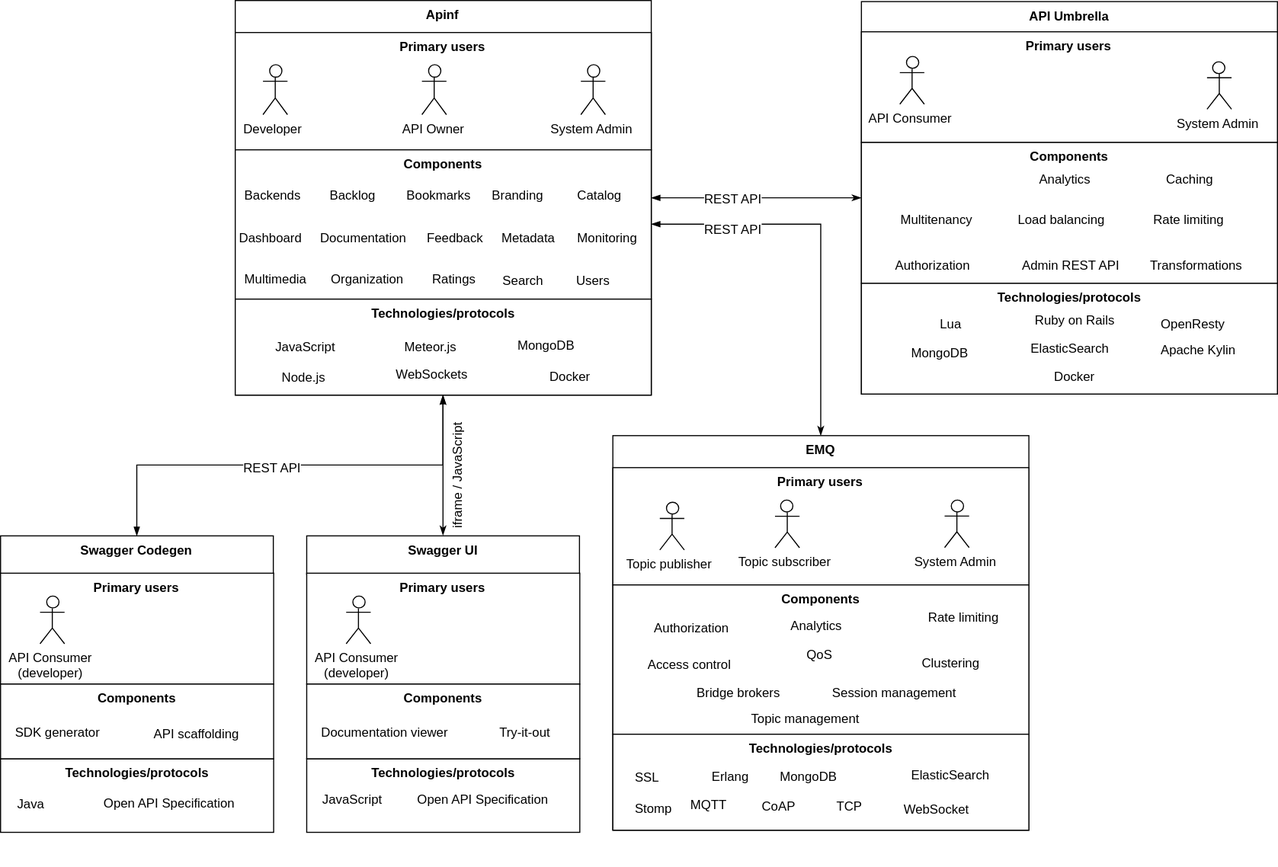
apinf/docs keeps this draw.io diagram as docs/develop/Architecture/Apinf-systemModel.svg. Above is the earlier version. Source tidied: cells renumbered, new cells last; positions are measured from the earlier drawing's top-left corner, leaving out a move shared by most shapes.
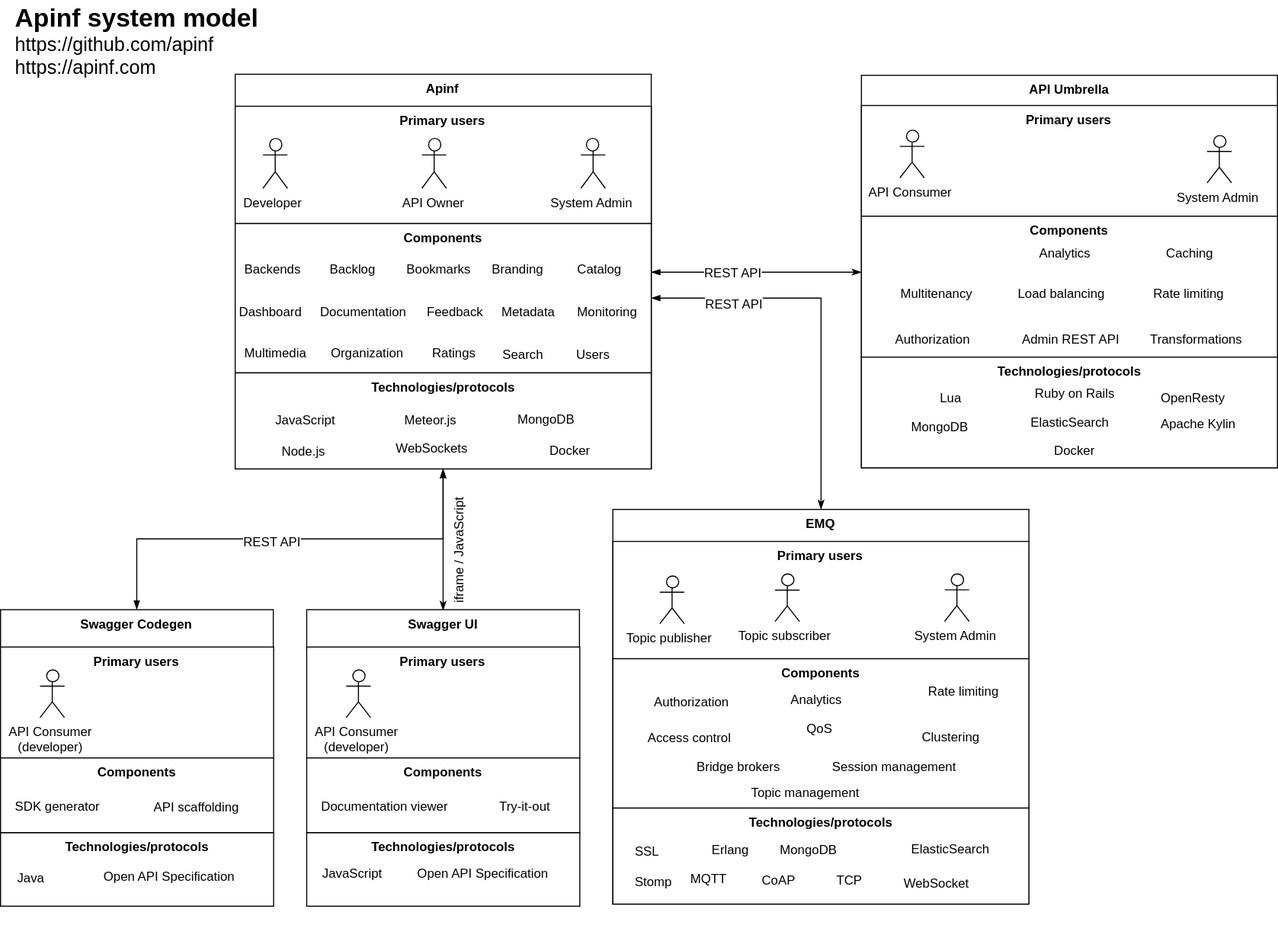
Later version of the same file.

Commit message:
Add title and urls for Apinf project

The edit, as a diff of the source:
```diff
@@ -357,5 +357,8 @@
     <mxCell id="116" value="Topic subscriber" style="shape=umlActor;verticalLabelPosition=bottom;labelBackgroundColor=#ffffff;verticalAlign=top;html=1;rounded=1;shadow=0;glass=0;comic=0;" parent="91" vertex="1">
       <mxGeometry x="152" y="60.8" width="23" height="44.3" as="geometry" />
     </mxCell>
+    <mxCell id="117" value="&lt;b&gt;&lt;font style=&quot;font-size: 24px&quot;&gt;Apinf system model&lt;/font&gt;&lt;/b&gt;&lt;br&gt;&lt;font style=&quot;font-size: 18px&quot;&gt;https://github.com/apinf&lt;br&gt;https://apinf.com&lt;br&gt;&lt;/font&gt;" style="text;html=1;align=left;verticalAlign=top;spacingTop=-4;" parent="1" vertex="1">
+      <mxGeometry x="12" y="-69" width="240" height="50" as="geometry" />
+    </mxCell>
   </root>
 </mxGraphModel>
```
